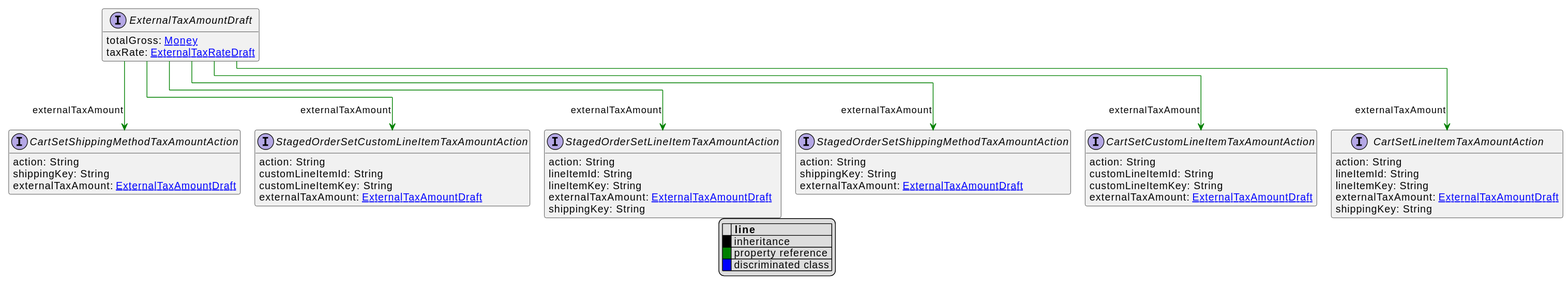
Above: uml/api/svg/ExternalTaxAmountDraft.svg in commercetools/commercetools-api-reference (PlantUML), before the change.
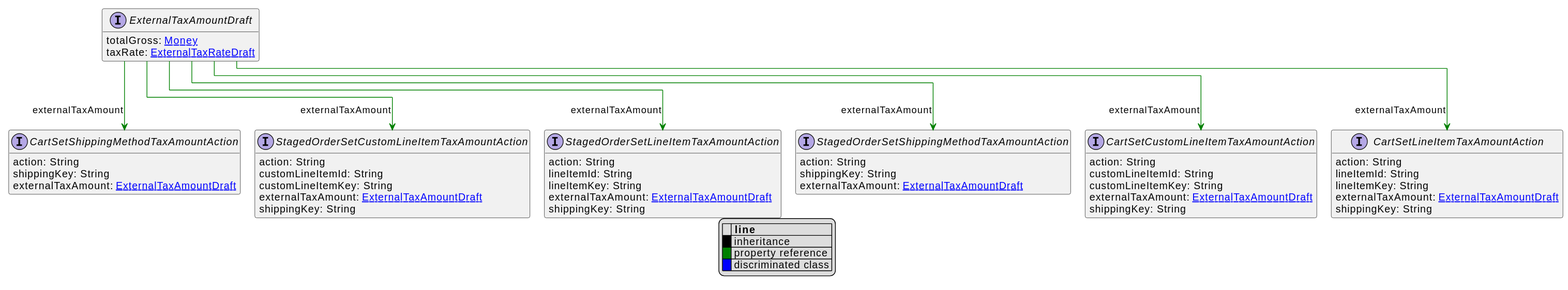
After the commit.

Diff of the diagram source:
```diff
@@ -20,6 +20,7 @@
     customLineItemId: String
     customLineItemKey: String
     externalTaxAmount: [[ExternalTaxAmountDraft.svg ExternalTaxAmountDraft]]
+    shippingKey: String
 }
 interface CartSetLineItemTaxAmountAction [[CartSetLineItemTaxAmountAction.svg]]  {
     action: String
@@ -38,6 +39,7 @@
     customLineItemId: String
     customLineItemKey: String
     externalTaxAmount: [[ExternalTaxAmountDraft.svg ExternalTaxAmountDraft]]
+    shippingKey: String
 }
 interface StagedOrderSetLineItemTaxAmountAction [[StagedOrderSetLineItemTaxAmountAction.svg]]  {
     action: String
```
